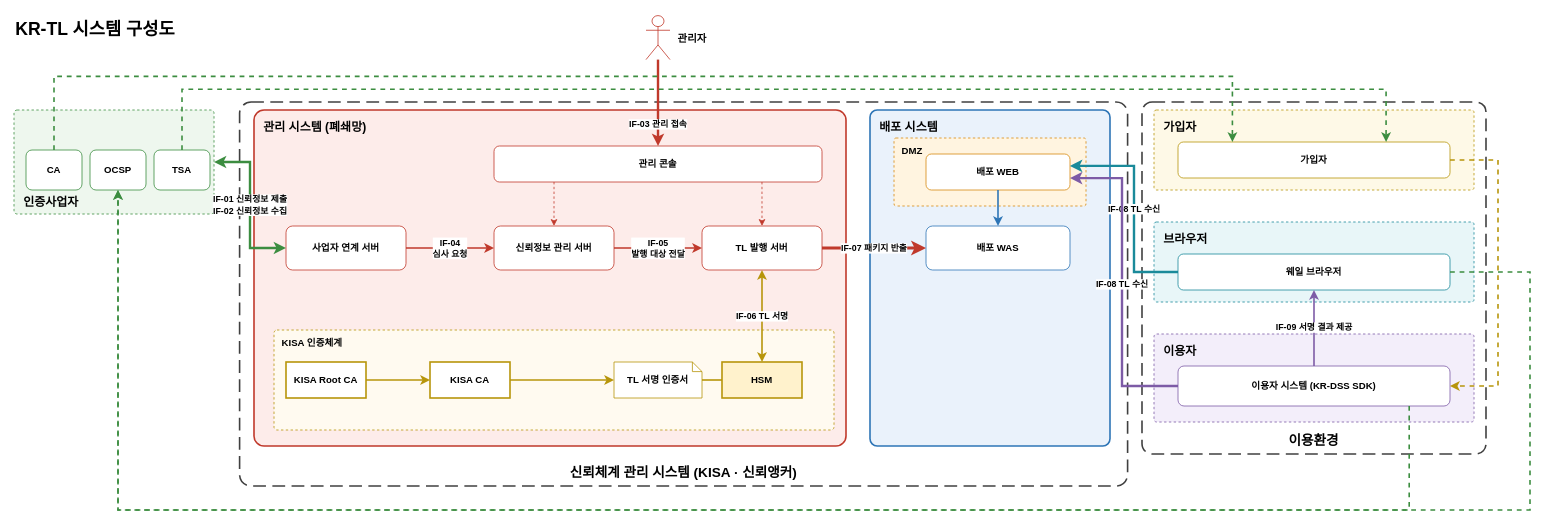
This is docs/design/KR-TL-관리시스템/diagrams/krtl-system.drawio from yongsungkim-electcerti/kr-dss, a draw.io file, before an edit. Source tidied: cells renumbered, new cells numbered last; positions are measured from the earlier drawing's top-left corner, leaving out a move shared by most shapes. Both pictures are drawn from the tidied source at 80%, with x=0, y=0 at pixel (14, 14).
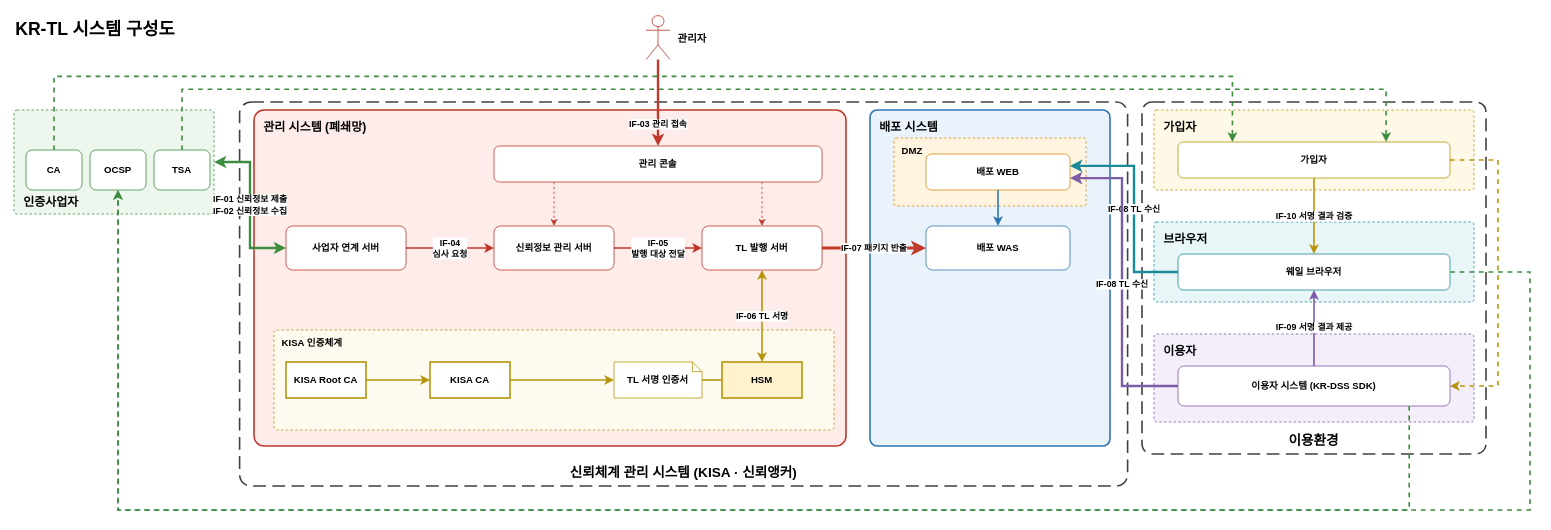
After the change.

Unchanged cells that the change refers to:
```xml
<mxCell id="27" value="가입자" style="rounded=1;whiteSpace=wrap;html=1;fillColor=#ffffff;strokeColor=#b7950b;strokeWidth=1;fontStyle=1;" parent="1" vertex="1">
  <mxGeometry x="1455" y="160" width="340" height="45" as="geometry" />
</mxCell>
<mxCell id="28" value="웨일 브라우저" style="rounded=1;whiteSpace=wrap;html=1;fillColor=#ffffff;strokeColor=#1a8a9a;strokeWidth=1;fontStyle=1;" parent="1" vertex="1">
  <mxGeometry x="1455" y="300" width="340" height="45" as="geometry" />
</mxCell>
```

What changed in the source:
```diff
@@
+    <mxCell id="50" value="IF-10 서명 결과 검증" style="edgeStyle=orthogonalEdgeStyle;rounded=0;html=1;fontSize=11;fontStyle=1;labelBackgroundColor=#ffffff;strokeColor=#b7950b;strokeWidth=2;exitX=0.5;exitY=1;entryX=0.5;entryY=0;" parent="1" edge="1" source="27" target="28">
+      <mxGeometry relative="1" as="geometry" />
+    </mxCell>
```
